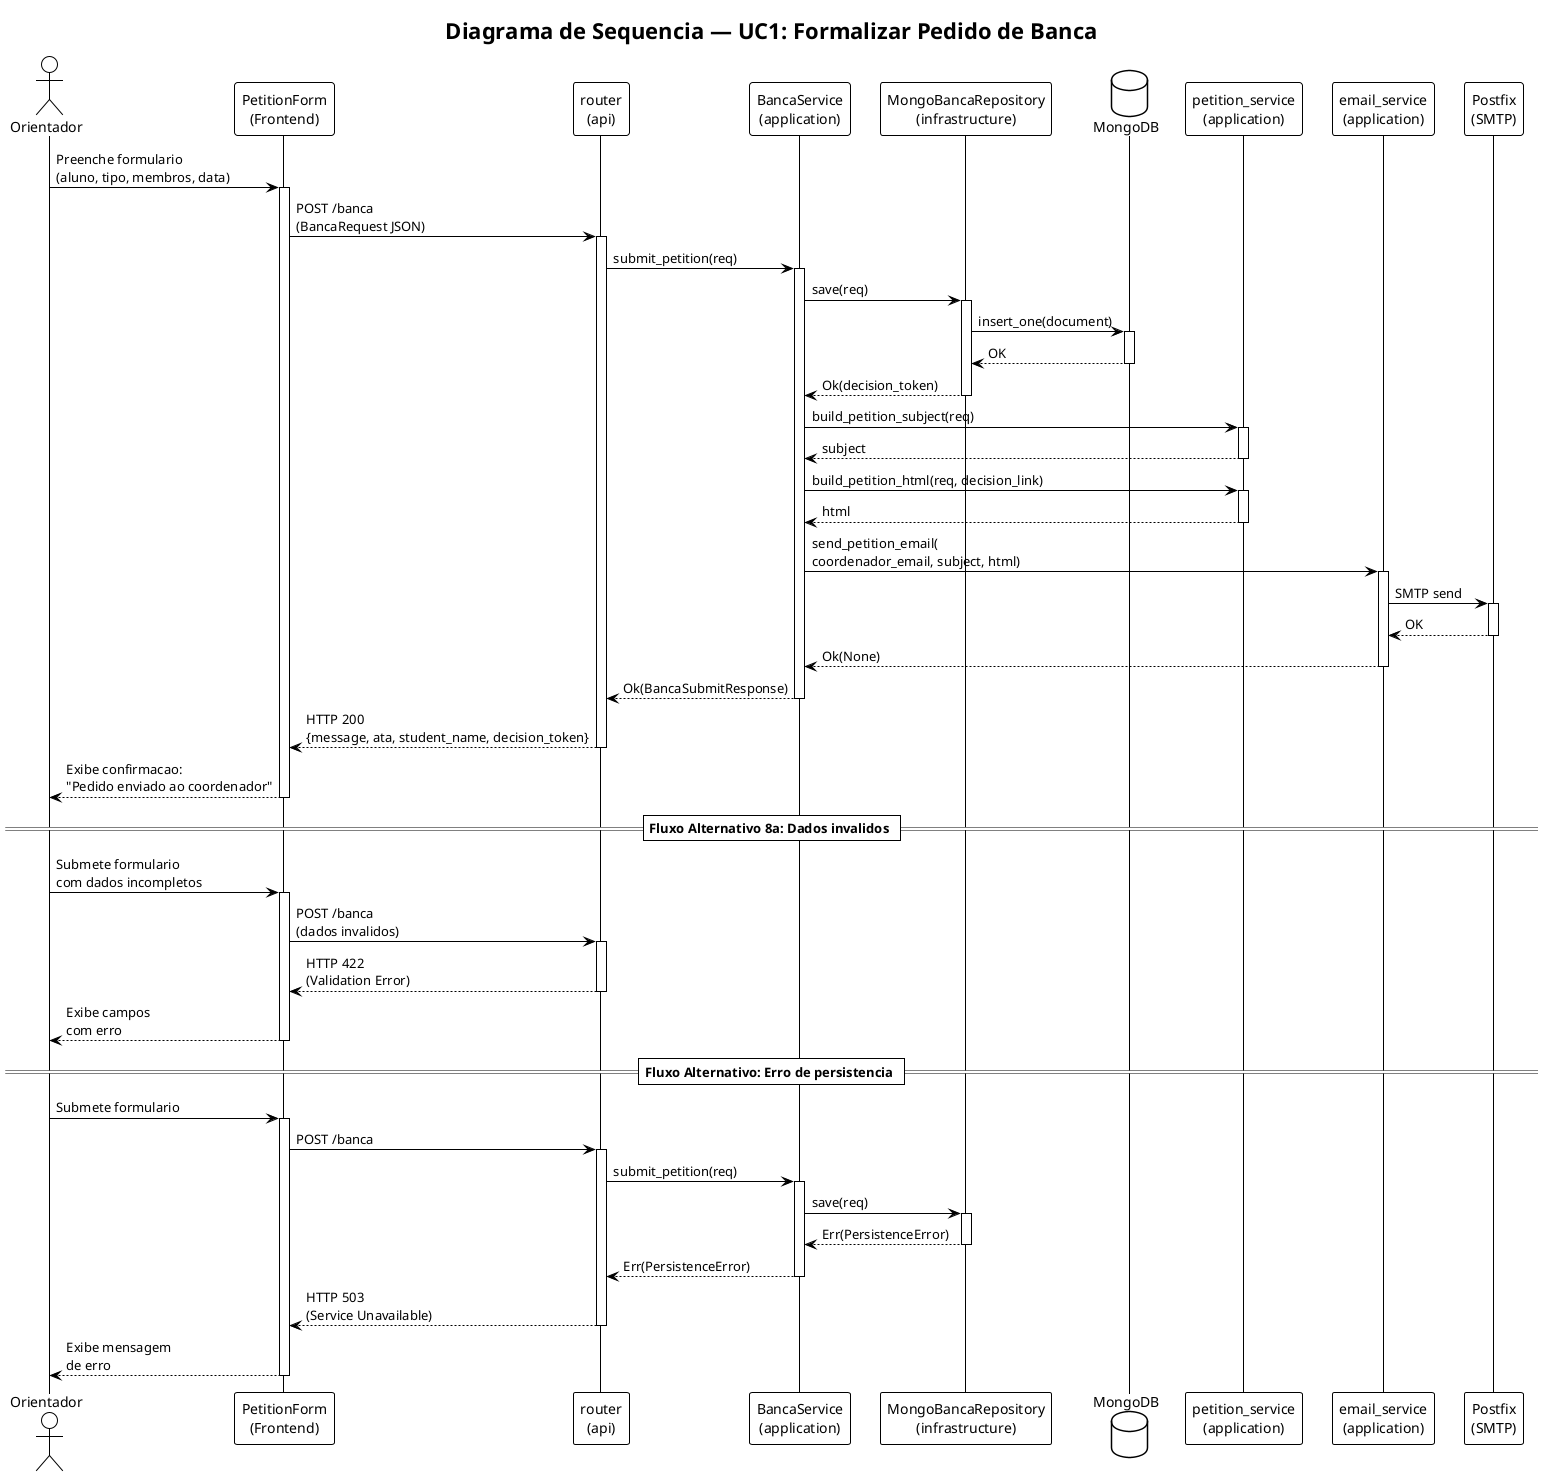
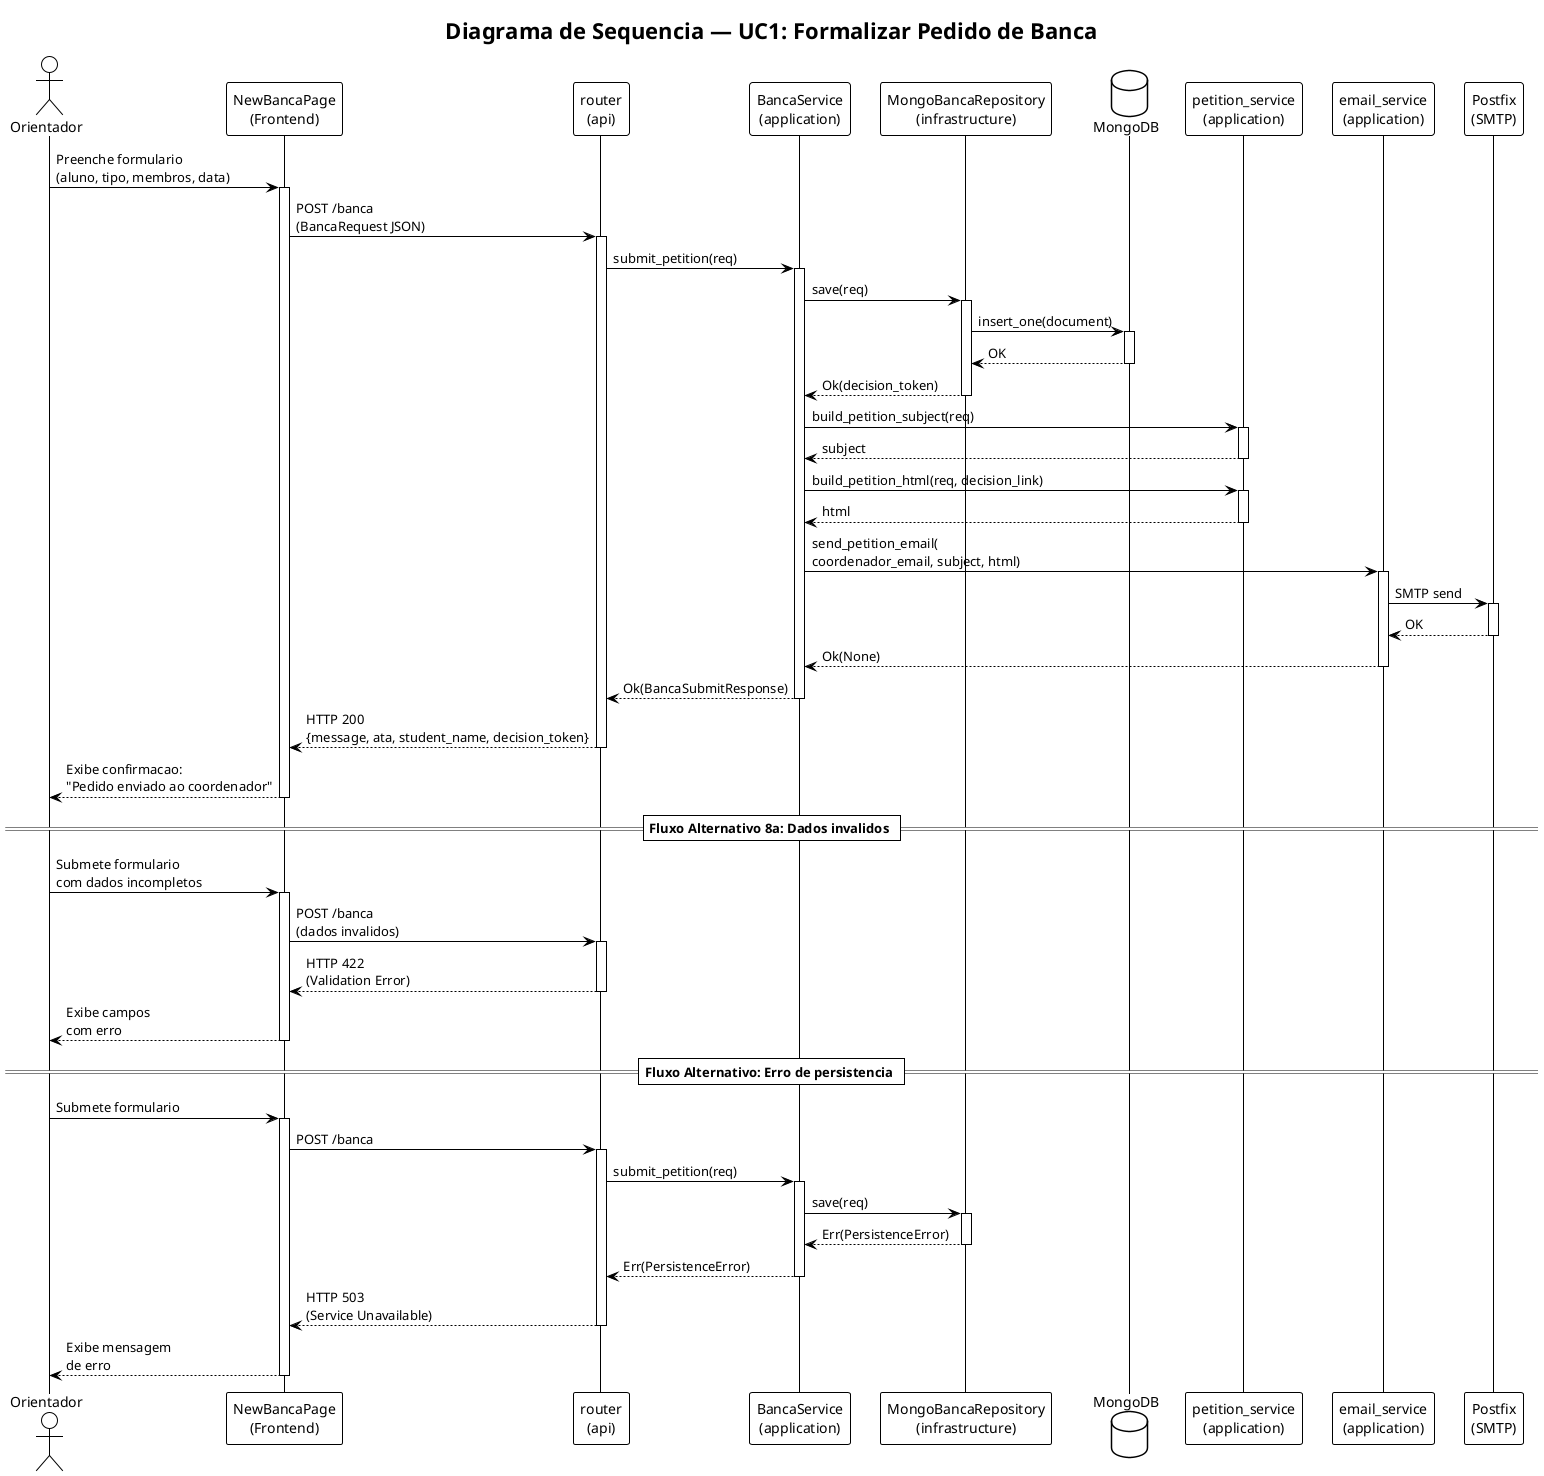
@startuml sequence-uc1-submit
!theme plain
skinparam shadowing false

title Diagrama de Sequencia — UC1: Formalizar Pedido de Banca

actor "Orientador" as orientador
- participant "PetitionForm\n(Frontend)" as frontend
+ participant "NewBancaPage\n(Frontend)" as frontend
participant "router\n(api)" as router
participant "BancaService\n(application)" as service
participant "MongoBancaRepository\n(infrastructure)" as repo
database "MongoDB" as db
participant "petition_service\n(application)" as petition
participant "email_service\n(application)" as email
participant "Postfix\n(SMTP)" as smtp

' ============================================================
' FLUXO PRINCIPAL
' ============================================================

orientador -> frontend : Preenche formulario\n(aluno, tipo, membros, data)
activate frontend

frontend -> router : POST /banca\n(BancaRequest JSON)
activate router

router -> service : submit_petition(req)
activate service

' --- Persistencia ---
service -> repo : save(req)
activate repo
repo -> db : insert_one(document)
activate db
db --> repo : OK
deactivate db
repo --> service : Ok(decision_token)
deactivate repo

' --- Construcao do email ---
service -> petition : build_petition_subject(req)
activate petition
petition --> service : subject
deactivate petition

service -> petition : build_petition_html(req, decision_link)
activate petition
petition --> service : html
deactivate petition

' --- Envio do email ---
service -> email : send_petition_email(\ncoordenador_email, subject, html)
activate email
email -> smtp : SMTP send
activate smtp
smtp --> email : OK
deactivate smtp
email --> service : Ok(None)
deactivate email

' --- Retorno ---
service --> router : Ok(BancaSubmitResponse)
deactivate service

router --> frontend : HTTP 200\n{message, ata, student_name, decision_token}
deactivate router

frontend --> orientador : Exibe confirmacao:\n"Pedido enviado ao coordenador"
deactivate frontend

' ============================================================
' FLUXO ALTERNATIVO: Dados invalidos
' ============================================================
== Fluxo Alternativo 8a: Dados invalidos ==

orientador -> frontend : Submete formulario\ncom dados incompletos
activate frontend
frontend -> router : POST /banca\n(dados invalidos)
activate router
router --> frontend : HTTP 422\n(Validation Error)
deactivate router
frontend --> orientador : Exibe campos\ncom erro
deactivate frontend

' ============================================================
' FLUXO ALTERNATIVO: Erro de persistencia
' ============================================================
== Fluxo Alternativo: Erro de persistencia ==

orientador -> frontend : Submete formulario
activate frontend
frontend -> router : POST /banca
activate router
router -> service : submit_petition(req)
activate service
service -> repo : save(req)
activate repo
repo --> service : Err(PersistenceError)
deactivate repo
service --> router : Err(PersistenceError)
deactivate service
router --> frontend : HTTP 503\n(Service Unavailable)
deactivate router
frontend --> orientador : Exibe mensagem\nde erro
deactivate frontend

@enduml
